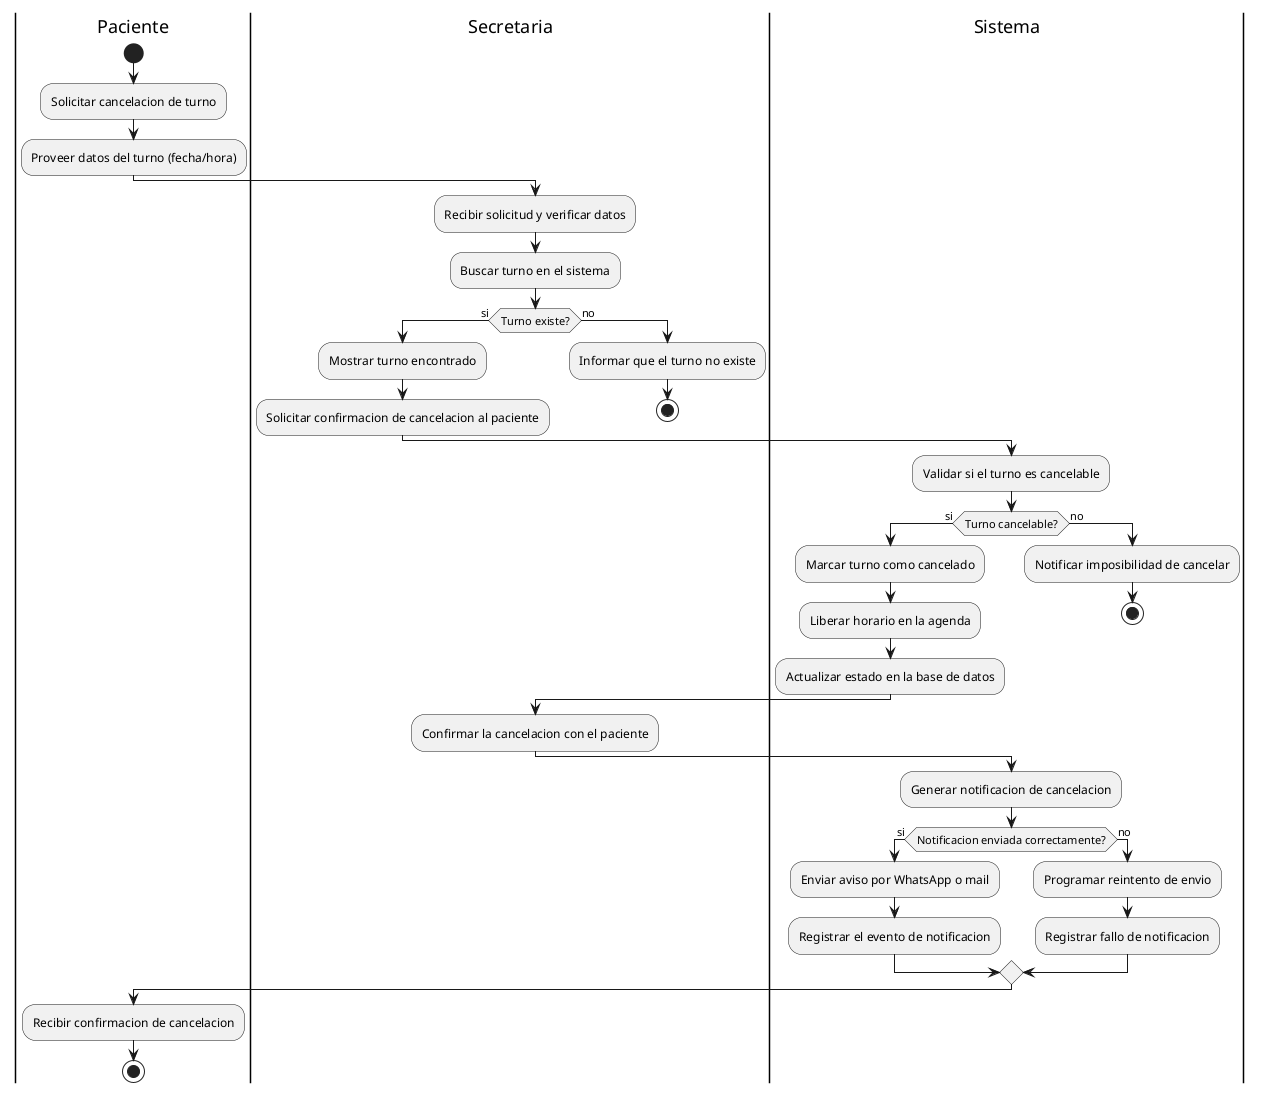
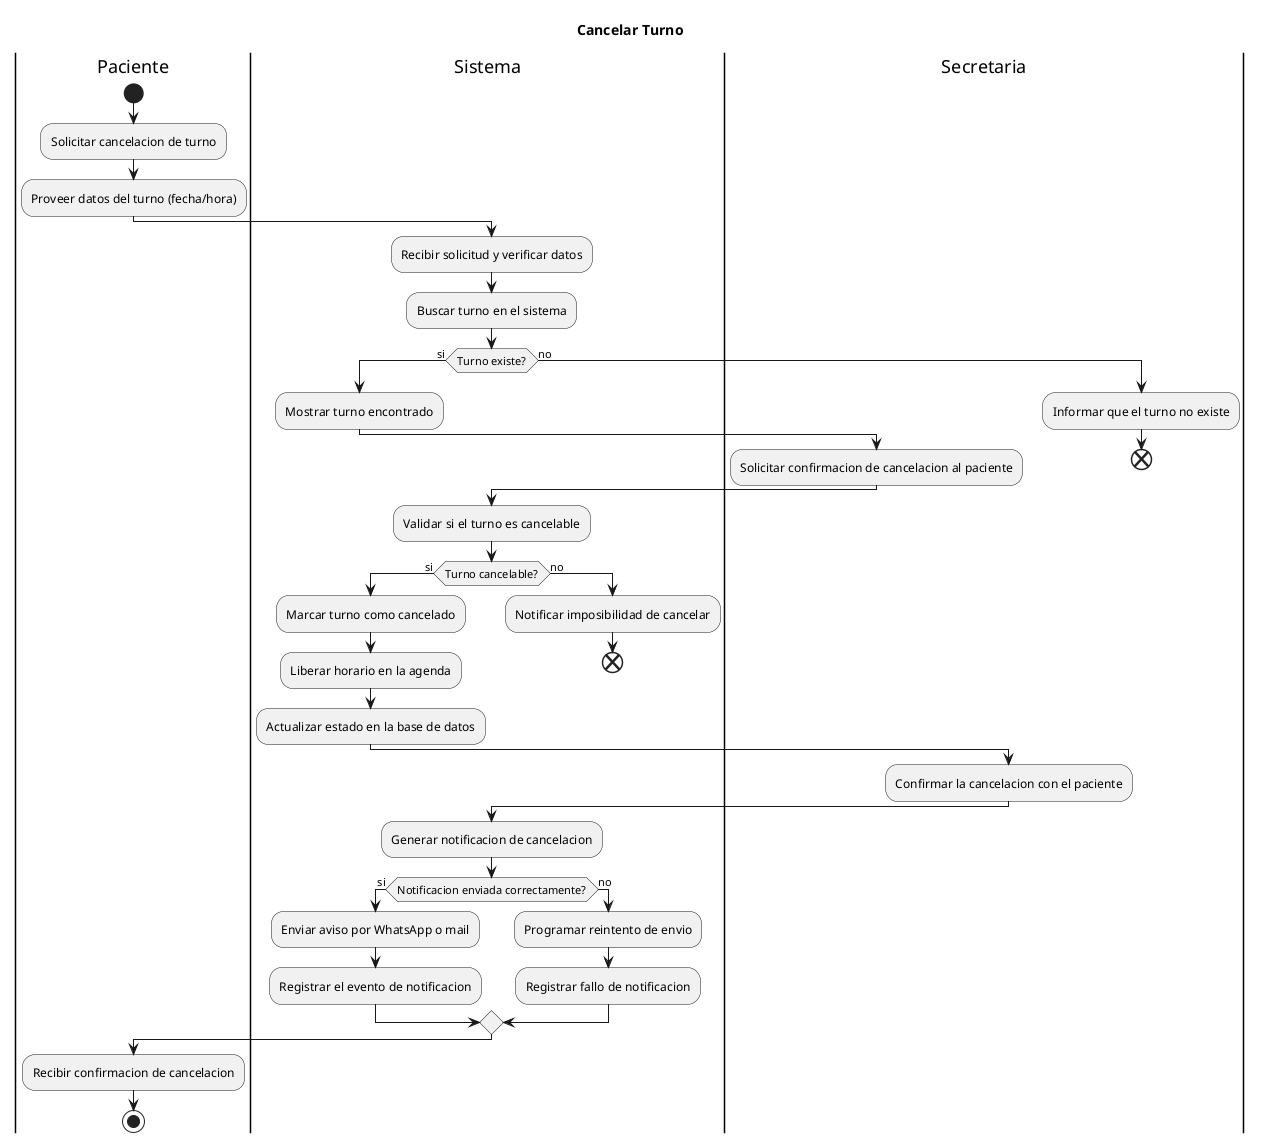
@startuml
+ title Cancelar Turno
|Paciente|
start
:Solicitar cancelacion de turno;
:Proveer datos del turno (fecha/hora);
- |Secretaria|
+ |Sistema|
:Recibir solicitud y verificar datos;
:Buscar turno en el sistema;
if (Turno existe?) then (si)
  :Mostrar turno encontrado;
+   |Secretaria|
  :Solicitar confirmacion de cancelacion al paciente;
else (no)
  :Informar que el turno no existe;
-   stop
+   end
endif
|Sistema|
:Validar si el turno es cancelable;
if (Turno cancelable?) then (si)
  :Marcar turno como cancelado;
  :Liberar horario en la agenda;
  :Actualizar estado en la base de datos;
else (no)
  :Notificar imposibilidad de cancelar;
-   stop
+   end
endif
|Secretaria|
:Confirmar la cancelacion con el paciente;
|Sistema|
:Generar notificacion de cancelacion;
if (Notificacion enviada correctamente?) then (si)
  :Enviar aviso por WhatsApp o mail;
  :Registrar el evento de notificacion;
else (no)
  :Programar reintento de envio;
  :Registrar fallo de notificacion;
endif
|Paciente|
:Recibir confirmacion de cancelacion;
stop
@enduml